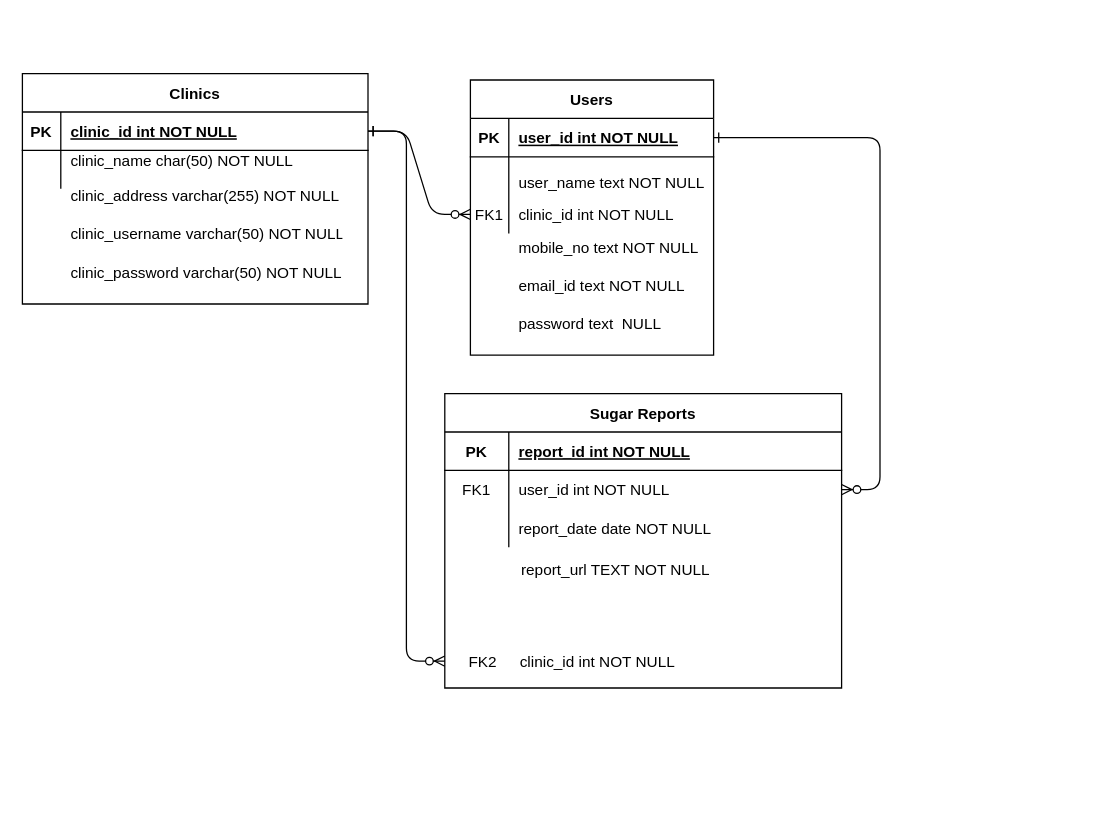
This is ERDiagram.drawio from pranavn35/ProjectDiagrams, a draw.io file, before an edit. Source tidied: cells renumbered, new cells numbered last; positions are measured from the earlier drawing's top-left corner, leaving out a move shared by most shapes. Both pictures are drawn from the tidied source at 128%, with x=0, y=0 at pixel (22, 73).
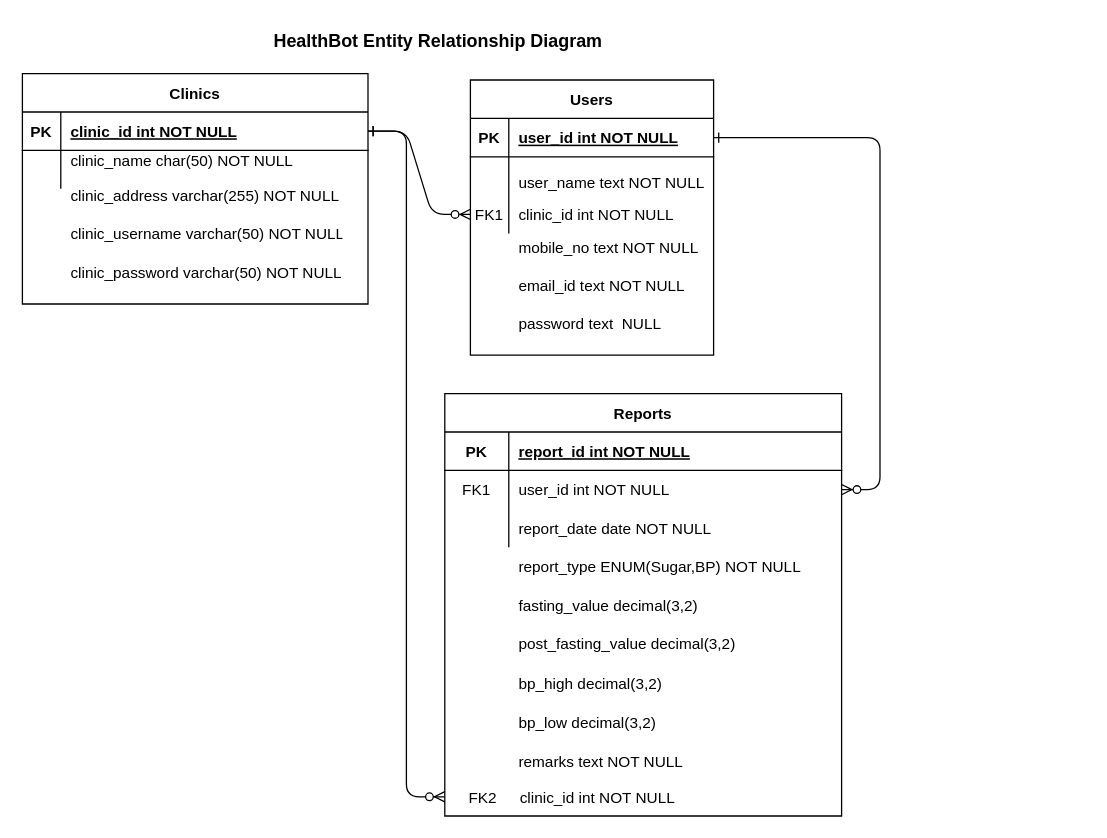
Above is the later version.

Change to the diagram source:
```diff
@@
-    <mxCell id="14" value="Sugar Reports" style="shape=table;startSize=30;childLayout=tableLayout;rowLines=0;fontStyle=1;align=center;fillColor=default;strokeColor=default;fontColor=default;" parent="1" vertex="1">
-      <mxGeometry x="330" y="250" width="310" height="230" as="geometry" />
+    <mxCell id="14" value="Reports" style="shape=table;startSize=30;childLayout=tableLayout;rowLines=0;fontStyle=1;align=center;fillColor=default;strokeColor=default;fontColor=default;" parent="1" vertex="1">
+      <mxGeometry x="330" y="250" width="310" height="330" as="geometry" />
     </mxCell>
@@
     <mxCell id="43" style="shape=partialRectangle;fillColor=none;points=[[0,0.5],[1,0.5]];portConstraint=eastwest;top=0;left=0;right=0;bottom=0;strokeColor=default;fontColor=default;" parent="1" vertex="1">
-      <mxGeometry x="330" y="444" width="500" height="30" as="geometry" />
+      <mxGeometry x="330" y="550" width="500" height="30" as="geometry" />
     </mxCell>
@@
-    <mxCell id="47" value="report_url TEXT NOT NULL" style="shape=partialRectangle;overflow=hidden;fillColor=none;top=0;left=0;bottom=0;right=0;align=left;spacingLeft=6;strokeColor=default;fontColor=default;" parent="1" vertex="1">
-      <mxGeometry x="382" y="372" width="240" height="30" as="geometry" />
+    <mxCell id="47" value="report_type ENUM(Sugar,BP) NOT NULL" style="shape=partialRectangle;overflow=hidden;fillColor=none;top=0;left=0;bottom=0;right=0;align=left;spacingLeft=6;strokeColor=default;fontColor=default;" parent="1" vertex="1">
+      <mxGeometry x="380" y="370" width="240" height="30" as="geometry" />
     </mxCell>
@@
+    <mxCell id="49" value="fasting_value decimal(3,2) " style="shape=partialRectangle;overflow=hidden;fillColor=none;top=0;left=0;bottom=0;right=0;align=left;spacingLeft=6;strokeColor=default;fontColor=default;" parent="1" vertex="1">
+      <mxGeometry x="380" y="400" width="260" height="30" as="geometry" />
+    </mxCell>
+    <mxCell id="50" value="post_fasting_value decimal(3,2) " style="shape=partialRectangle;overflow=hidden;fillColor=none;top=0;left=0;bottom=0;right=0;align=left;spacingLeft=6;strokeColor=default;fontColor=default;" parent="1" vertex="1">
+      <mxGeometry x="380" y="430" width="260" height="30" as="geometry" />
+    </mxCell>
+    <mxCell id="51" value="bp_high decimal(3,2) " style="shape=partialRectangle;overflow=hidden;fillColor=none;top=0;left=0;bottom=0;right=0;align=left;spacingLeft=6;strokeColor=default;fontColor=default;" parent="1" vertex="1">
+      <mxGeometry x="380" y="461" width="260" height="30" as="geometry" />
+    </mxCell>
+    <mxCell id="52" value="bp_low decimal(3,2)  " style="shape=partialRectangle;overflow=hidden;fillColor=none;top=0;left=0;bottom=0;right=0;align=left;spacingLeft=6;strokeColor=default;fontColor=default;" parent="1" vertex="1">
+      <mxGeometry x="380" y="492" width="260" height="30" as="geometry" />
+    </mxCell>
+    <mxCell id="53" value="remarks text NOT NULL" style="shape=partialRectangle;overflow=hidden;fillColor=none;top=0;left=0;bottom=0;right=0;align=left;spacingLeft=6;strokeColor=default;fontColor=default;" parent="1" vertex="1">
+      <mxGeometry x="380" y="522" width="220" height="30" as="geometry" />
+    </mxCell>
+    <mxCell id="54" value="&lt;b&gt;&lt;font style=&quot;font-size: 14px&quot;&gt;HealthBot Entity Relationship Diagram&lt;/font&gt;&lt;/b&gt;" style="text;html=1;strokeColor=none;fillColor=none;align=center;verticalAlign=middle;whiteSpace=wrap;rounded=0;" parent="1" vertex="1">
+      <mxGeometry x="180" y="-40" width="290" height="30" as="geometry" />
+    </mxCell>
```
